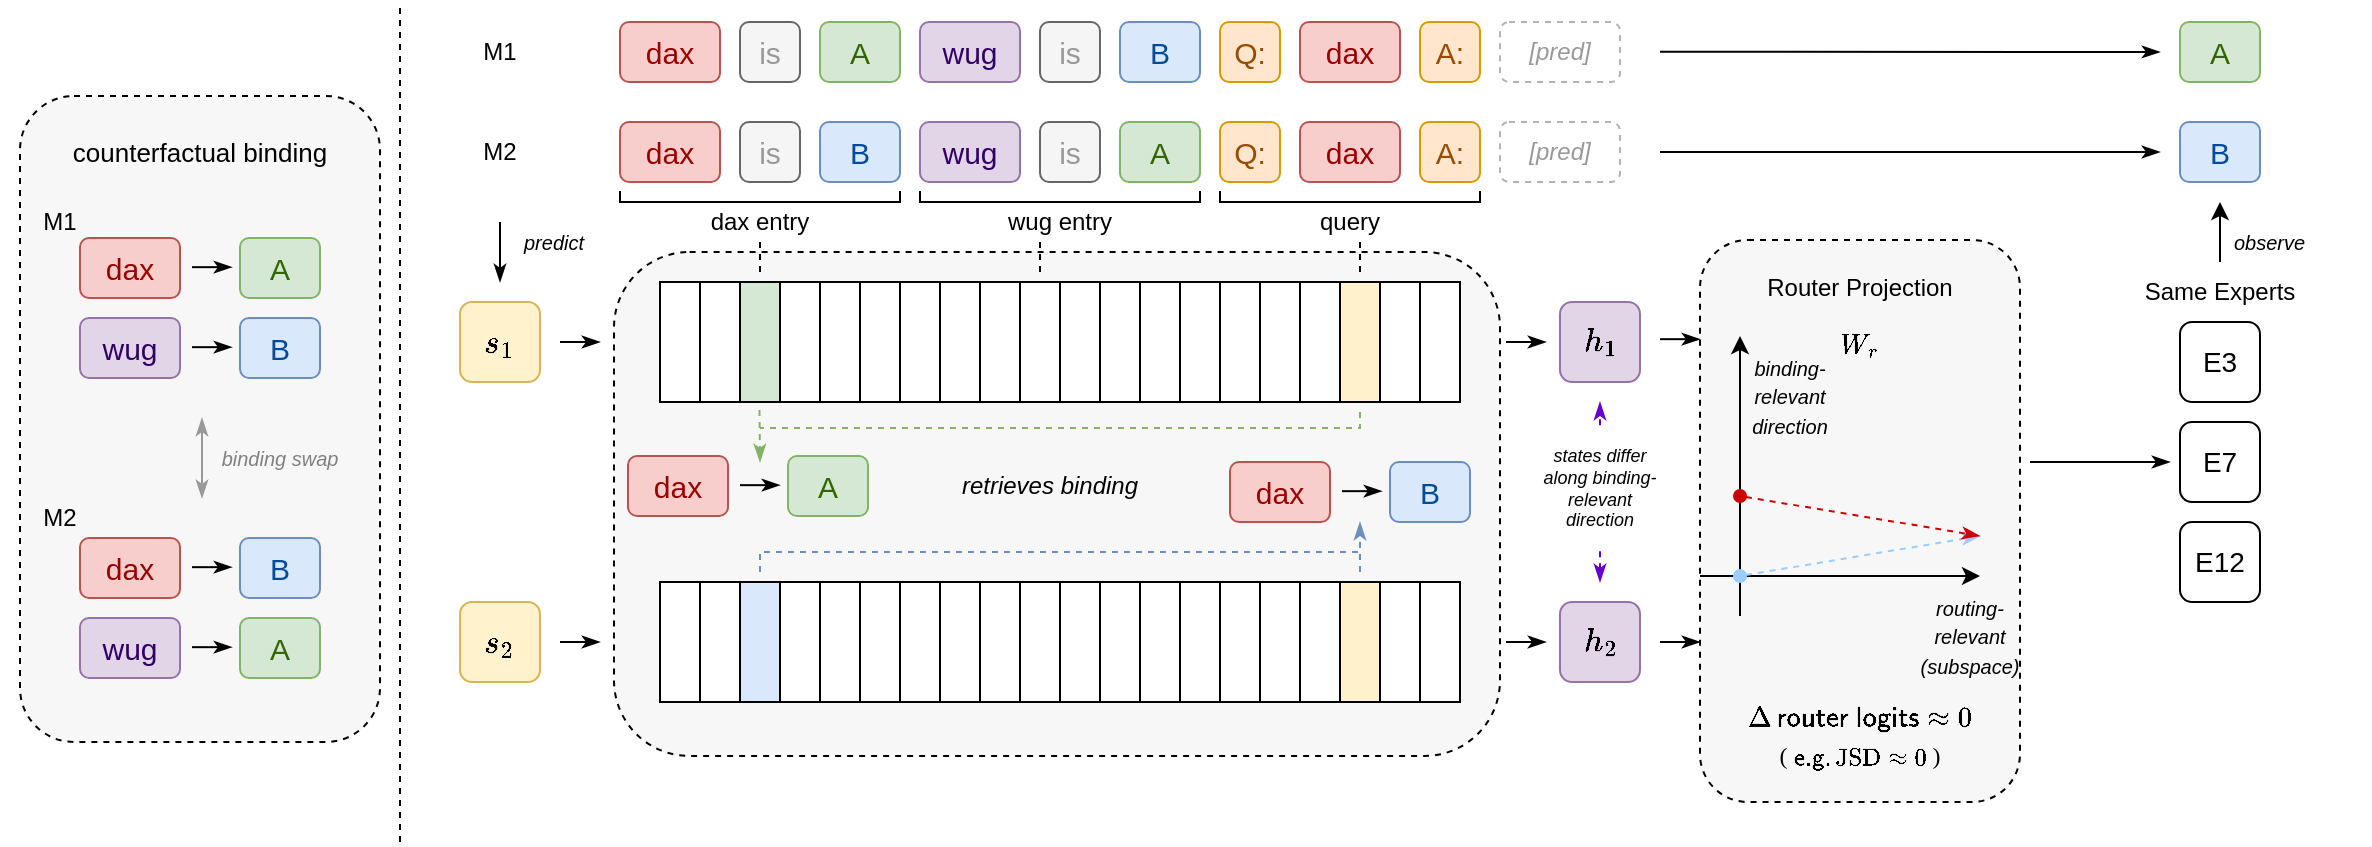
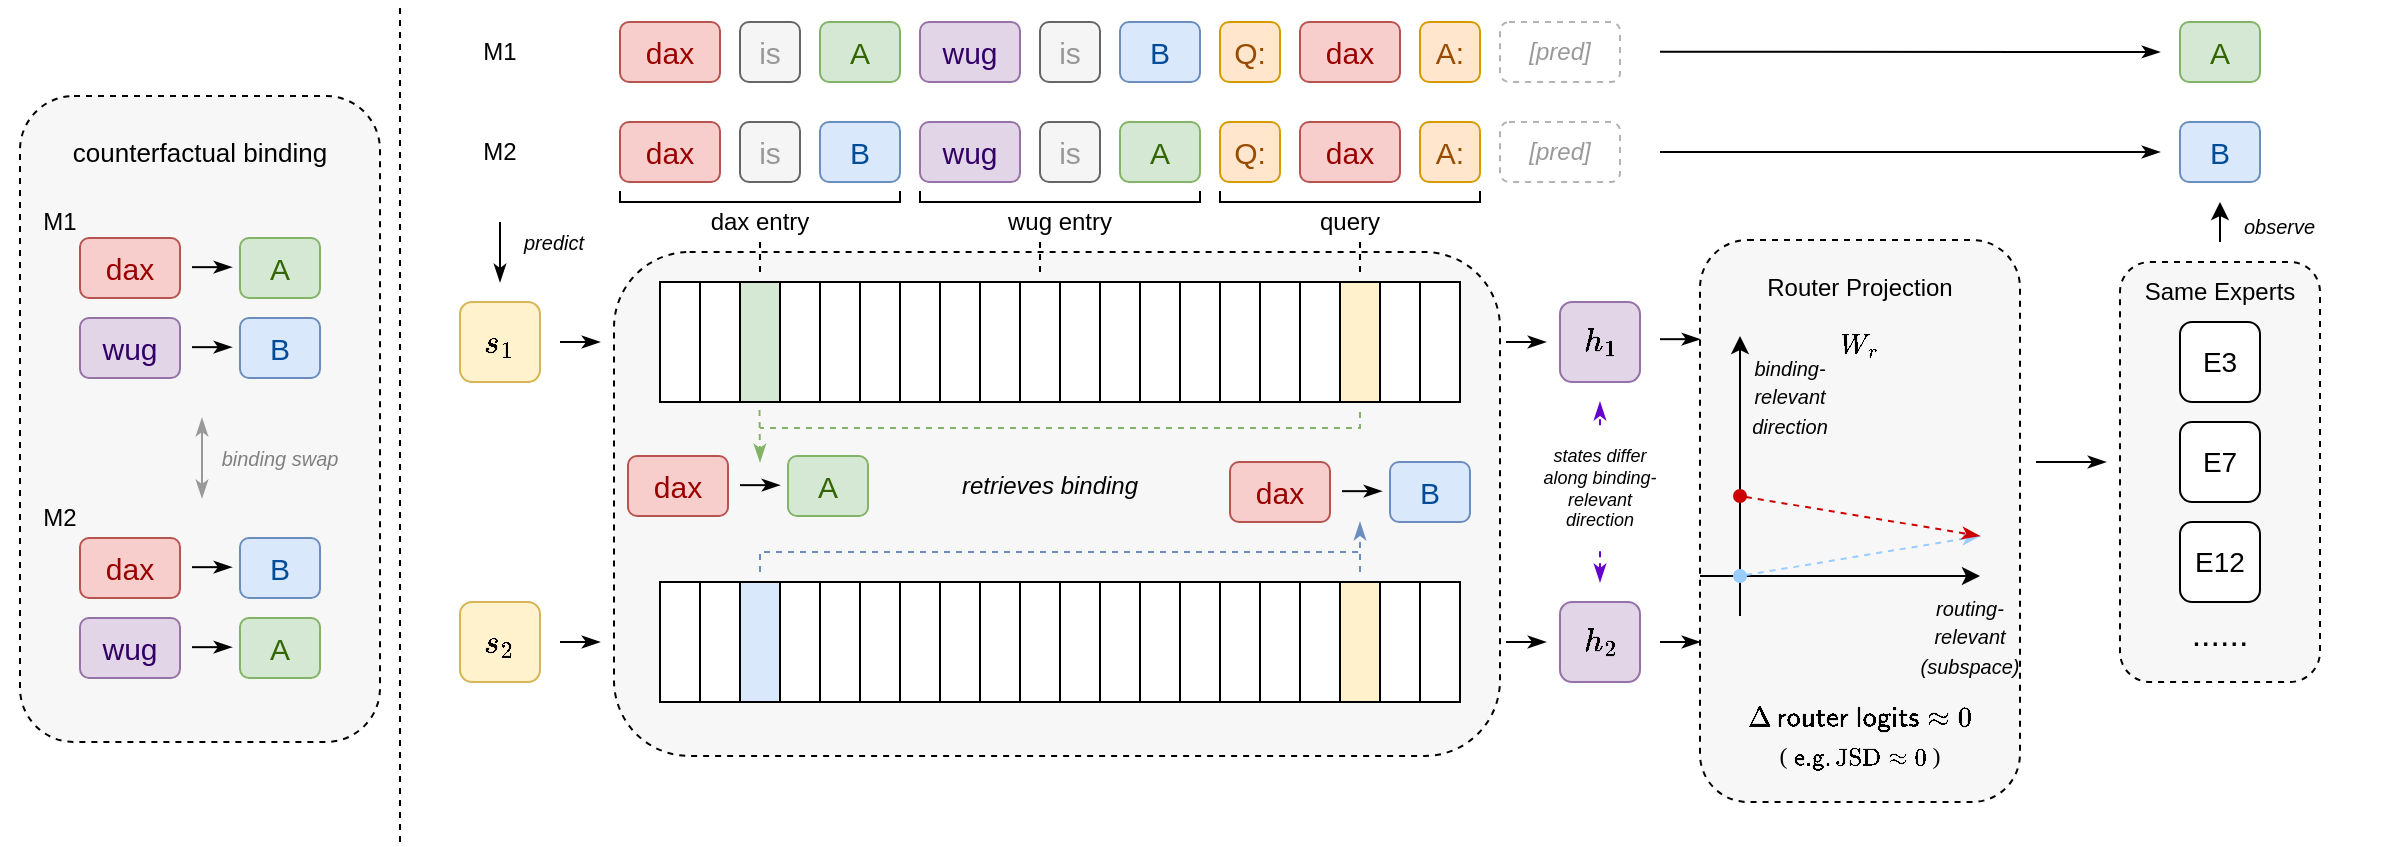
<mxfile host="app.diagrams.net">
  <diagram name="第 1 页" id="4Ug0lwwwQEshxcjSUFx0">
    <mxGraphModel dx="1542" dy="850" grid="1" gridSize="10" guides="1" tooltips="1" connect="1" arrows="1" fold="1" page="1" pageScale="2" pageWidth="827" pageHeight="1169" math="1" shadow="0">
      <root>
        <mxCell id="0" />
        <mxCell id="1" parent="0" />
+         <mxCell id="F8ejDBKgGVcBoZQyXkda-21" parent="1" style="rounded=1;whiteSpace=wrap;html=1;fillColor=#F7F7F7;dashed=1;" value="" vertex="1">
+           <mxGeometry height="210" width="100" x="1340" y="620" as="geometry" />
+         </mxCell>
        <mxCell id="F8ejDBKgGVcBoZQyXkda-20" parent="1" style="rounded=1;whiteSpace=wrap;html=1;fillColor=#F7F7F7;dashed=1;" value="" vertex="1">
          <mxGeometry height="323" width="180" x="290" y="537" as="geometry" />
        </mxCell>
        <mxCell id="F8ejDBKgGVcBoZQyXkda-19" parent="1" style="rounded=1;whiteSpace=wrap;html=1;fillColor=#F7F7F7;dashed=1;" value="" vertex="1">
          <mxGeometry height="281" width="160" x="1130" y="609" as="geometry" />
        </mxCell>
        <mxCell id="F8ejDBKgGVcBoZQyXkda-18" parent="1" style="rounded=1;whiteSpace=wrap;html=1;fillColor=#F7F7F7;dashed=1;" value="" vertex="1">
          <mxGeometry height="252" width="443" x="587" y="615" as="geometry" />
        </mxCell>
        <mxCell id="5S1dYHVjSQ42A9kBcj7A-1" parent="1" style="rounded=1;whiteSpace=wrap;html=1;fillColor=#f8cecc;strokeColor=#b85450;fontColor=#990000;" value="&lt;font style=&quot;font-size: 15px;&quot;&gt;dax&lt;/font&gt;" vertex="1">
          <mxGeometry height="30" width="50" x="320" y="608" as="geometry" />
        </mxCell>
        <mxCell id="5S1dYHVjSQ42A9kBcj7A-3" edge="1" parent="1" style="endArrow=classicThin;html=1;rounded=0;endFill=1;" value="">
          <mxGeometry height="50" relative="1" width="50" as="geometry">
            <mxPoint x="376" y="622.5799999999999" as="sourcePoint" />
            <mxPoint x="396" y="622.5799999999999" as="targetPoint" />
          </mxGeometry>
        </mxCell>
        <mxCell id="5S1dYHVjSQ42A9kBcj7A-4" parent="1" style="rounded=1;whiteSpace=wrap;html=1;fillColor=#d5e8d4;strokeColor=#82b366;" value="&lt;font style=&quot;font-size: 15px; color: rgb(51, 102, 0);&quot;&gt;A&lt;/font&gt;" vertex="1">
          <mxGeometry height="30" width="40" x="400" y="608" as="geometry" />
        </mxCell>
        <mxCell id="5S1dYHVjSQ42A9kBcj7A-5" parent="1" style="rounded=1;whiteSpace=wrap;html=1;fillColor=#e1d5e7;strokeColor=#9673a6;" value="&lt;span style=&quot;font-size: 15px;&quot;&gt;&lt;font style=&quot;color: rgb(51, 0, 102);&quot;&gt;wug&lt;/font&gt;&lt;/span&gt;" vertex="1">
          <mxGeometry height="30" width="50" x="320" y="648" as="geometry" />
        </mxCell>
        <mxCell id="5S1dYHVjSQ42A9kBcj7A-6" edge="1" parent="1" style="endArrow=classicThin;html=1;rounded=0;endFill=1;" value="">
          <mxGeometry height="50" relative="1" width="50" as="geometry">
            <mxPoint x="376" y="662.5799999999999" as="sourcePoint" />
            <mxPoint x="396" y="662.5799999999999" as="targetPoint" />
          </mxGeometry>
        </mxCell>
        <mxCell id="5S1dYHVjSQ42A9kBcj7A-7" parent="1" style="rounded=1;whiteSpace=wrap;html=1;fillColor=#dae8fc;strokeColor=#6c8ebf;fontColor=#004C99;" value="&lt;font style=&quot;font-size: 15px;&quot;&gt;B&lt;/font&gt;" vertex="1">
          <mxGeometry height="30" width="40" x="400" y="648" as="geometry" />
        </mxCell>
        <mxCell id="5S1dYHVjSQ42A9kBcj7A-8" edge="1" parent="1" style="endArrow=classicThin;startArrow=classicThin;html=1;rounded=0;startFill=1;endFill=1;strokeColor=#999999;" value="">
          <mxGeometry height="50" relative="1" width="50" as="geometry">
            <mxPoint x="381" y="738" as="sourcePoint" />
            <mxPoint x="381" y="698" as="targetPoint" />
          </mxGeometry>
        </mxCell>
        <mxCell id="5S1dYHVjSQ42A9kBcj7A-9" parent="1" style="text;html=1;whiteSpace=wrap;strokeColor=none;fillColor=none;align=center;verticalAlign=middle;rounded=0;fontStyle=2;fontSize=10;" value="&lt;font style=&quot;color: rgb(128, 128, 128);&quot;&gt;binding swap&lt;/font&gt;" vertex="1">
          <mxGeometry height="20" width="90" x="375" y="708" as="geometry" />
        </mxCell>
        <mxCell id="5S1dYHVjSQ42A9kBcj7A-16" parent="1" style="text;html=1;whiteSpace=wrap;strokeColor=none;fillColor=none;align=center;verticalAlign=middle;rounded=0;" value="M1" vertex="1">
          <mxGeometry height="30" width="60" x="280" y="585" as="geometry" />
        </mxCell>
        <mxCell id="5S1dYHVjSQ42A9kBcj7A-17" parent="1" style="text;html=1;whiteSpace=wrap;strokeColor=none;fillColor=none;align=center;verticalAlign=middle;rounded=0;" value="M2" vertex="1">
          <mxGeometry height="30" width="60" x="300" y="761" as="geometry" />
        </mxCell>
        <mxCell id="5S1dYHVjSQ42A9kBcj7A-20" parent="1" style="text;html=1;whiteSpace=wrap;strokeColor=none;fillColor=none;align=center;verticalAlign=middle;rounded=0;fontSize=11;" value="&lt;font style=&quot;font-size: 13px;&quot;&gt;counterfactual binding&lt;/font&gt;" vertex="1">
          <mxGeometry height="30" width="140" x="310" y="550" as="geometry" />
        </mxCell>
        <mxCell id="5S1dYHVjSQ42A9kBcj7A-23" parent="1" style="text;html=1;whiteSpace=wrap;strokeColor=none;fillColor=none;align=center;verticalAlign=middle;rounded=0;" value="M1" vertex="1">
          <mxGeometry height="30" width="60" x="500" y="500" as="geometry" />
        </mxCell>
        <mxCell id="5S1dYHVjSQ42A9kBcj7A-26" parent="1" style="rounded=1;whiteSpace=wrap;html=1;fillColor=#f5f5f5;fontColor=#333333;strokeColor=#666666;align=center;" value="&lt;font color=&quot;#999999&quot;&gt;&lt;span style=&quot;font-size: 15px;&quot;&gt;is&lt;/span&gt;&lt;/font&gt;" vertex="1">
          <mxGeometry height="30" width="30" x="650" y="500" as="geometry" />
        </mxCell>
        <mxCell id="5S1dYHVjSQ42A9kBcj7A-30" parent="1" style="rounded=1;whiteSpace=wrap;html=1;fillColor=#f5f5f5;fontColor=#333333;strokeColor=#666666;align=center;" value="&lt;font color=&quot;#999999&quot;&gt;&lt;span style=&quot;font-size: 15px;&quot;&gt;is&lt;/span&gt;&lt;/font&gt;" vertex="1">
          <mxGeometry height="30" width="30" x="800" y="500" as="geometry" />
        </mxCell>
        <mxCell id="5S1dYHVjSQ42A9kBcj7A-32" parent="1" style="rounded=1;whiteSpace=wrap;html=1;fillColor=#ffe6cc;strokeColor=#d79b00;fontColor=#994C00;" value="&lt;span style=&quot;font-size: 15px;&quot;&gt;Q:&lt;/span&gt;" vertex="1">
          <mxGeometry height="30" width="30" x="890" y="500" as="geometry" />
        </mxCell>
        <mxCell id="5S1dYHVjSQ42A9kBcj7A-34" parent="1" style="rounded=1;whiteSpace=wrap;html=1;fillColor=#ffe6cc;strokeColor=#d79b00;fontColor=#994C00;" value="&lt;span style=&quot;font-size: 15px;&quot;&gt;A:&lt;/span&gt;" vertex="1">
          <mxGeometry height="30" width="30" x="990" y="500" as="geometry" />
        </mxCell>
        <mxCell id="5S1dYHVjSQ42A9kBcj7A-37" parent="1" style="rounded=1;whiteSpace=wrap;html=1;dashed=1;strokeColor=#B3B3B3;" value="&lt;i&gt;&lt;font style=&quot;color: rgb(153, 153, 153);&quot;&gt;[pred]&lt;/font&gt;&lt;/i&gt;" vertex="1">
          <mxGeometry height="30" width="60" x="1030" y="500" as="geometry" />
        </mxCell>
        <mxCell id="5S1dYHVjSQ42A9kBcj7A-41" parent="1" style="rounded=1;whiteSpace=wrap;html=1;fillColor=#f8cecc;strokeColor=#b85450;fontColor=#990000;" value="&lt;font style=&quot;font-size: 15px;&quot;&gt;dax&lt;/font&gt;" vertex="1">
          <mxGeometry height="30" width="50" x="320" y="758" as="geometry" />
        </mxCell>
        <mxCell id="5S1dYHVjSQ42A9kBcj7A-42" edge="1" parent="1" style="endArrow=classicThin;html=1;rounded=0;endFill=1;" value="">
          <mxGeometry height="50" relative="1" width="50" as="geometry">
            <mxPoint x="376" y="772.5799999999999" as="sourcePoint" />
            <mxPoint x="396" y="772.5799999999999" as="targetPoint" />
          </mxGeometry>
        </mxCell>
        <mxCell id="5S1dYHVjSQ42A9kBcj7A-44" parent="1" style="rounded=1;whiteSpace=wrap;html=1;fillColor=#e1d5e7;strokeColor=#9673a6;" value="&lt;span style=&quot;font-size: 15px;&quot;&gt;&lt;font style=&quot;color: rgb(51, 0, 102);&quot;&gt;wug&lt;/font&gt;&lt;/span&gt;" vertex="1">
          <mxGeometry height="30" width="50" x="320" y="798" as="geometry" />
        </mxCell>
        <mxCell id="5S1dYHVjSQ42A9kBcj7A-45" edge="1" parent="1" style="endArrow=classicThin;html=1;rounded=0;endFill=1;" value="">
          <mxGeometry height="50" relative="1" width="50" as="geometry">
            <mxPoint x="376" y="812.5799999999999" as="sourcePoint" />
            <mxPoint x="396" y="812.5799999999999" as="targetPoint" />
          </mxGeometry>
        </mxCell>
        <mxCell id="5S1dYHVjSQ42A9kBcj7A-48" parent="1" style="rounded=1;whiteSpace=wrap;html=1;fillColor=#f8cecc;strokeColor=#b85450;fontColor=#990000;" value="&lt;font style=&quot;font-size: 15px;&quot;&gt;dax&lt;/font&gt;" vertex="1">
          <mxGeometry height="30" width="50" x="590" y="500" as="geometry" />
        </mxCell>
        <mxCell id="5S1dYHVjSQ42A9kBcj7A-49" parent="1" style="rounded=1;whiteSpace=wrap;html=1;fillColor=#d5e8d4;strokeColor=#82b366;" value="&lt;font style=&quot;font-size: 15px; color: rgb(51, 102, 0);&quot;&gt;A&lt;/font&gt;" vertex="1">
          <mxGeometry height="30" width="40" x="690" y="500" as="geometry" />
        </mxCell>
        <mxCell id="5S1dYHVjSQ42A9kBcj7A-51" parent="1" style="rounded=1;whiteSpace=wrap;html=1;fillColor=#dae8fc;strokeColor=#6c8ebf;fontColor=#004C99;" value="&lt;font style=&quot;font-size: 15px;&quot;&gt;B&lt;/font&gt;" vertex="1">
          <mxGeometry height="30" width="40" x="400" y="758" as="geometry" />
        </mxCell>
        <mxCell id="5S1dYHVjSQ42A9kBcj7A-52" parent="1" style="rounded=1;whiteSpace=wrap;html=1;fillColor=#d5e8d4;strokeColor=#82b366;" value="&lt;font style=&quot;font-size: 15px; color: rgb(51, 102, 0);&quot;&gt;A&lt;/font&gt;" vertex="1">
          <mxGeometry height="30" width="40" x="400" y="798" as="geometry" />
        </mxCell>
        <mxCell id="5S1dYHVjSQ42A9kBcj7A-53" parent="1" style="rounded=1;whiteSpace=wrap;html=1;fillColor=#e1d5e7;strokeColor=#9673a6;" value="&lt;span style=&quot;font-size: 15px;&quot;&gt;&lt;font style=&quot;color: rgb(51, 0, 102);&quot;&gt;wug&lt;/font&gt;&lt;/span&gt;" vertex="1">
          <mxGeometry height="30" width="50" x="740" y="500" as="geometry" />
        </mxCell>
        <mxCell id="5S1dYHVjSQ42A9kBcj7A-54" parent="1" style="rounded=1;whiteSpace=wrap;html=1;fillColor=#dae8fc;strokeColor=#6c8ebf;fontColor=#004C99;" value="&lt;font style=&quot;font-size: 15px;&quot;&gt;B&lt;/font&gt;" vertex="1">
          <mxGeometry height="30" width="40" x="840" y="500" as="geometry" />
        </mxCell>
        <mxCell id="5S1dYHVjSQ42A9kBcj7A-55" parent="1" style="rounded=1;whiteSpace=wrap;html=1;fillColor=#f8cecc;strokeColor=#b85450;fontColor=#990000;" value="&lt;font style=&quot;font-size: 15px;&quot;&gt;dax&lt;/font&gt;" vertex="1">
          <mxGeometry height="30" width="50" x="930" y="500" as="geometry" />
        </mxCell>
        <mxCell id="5S1dYHVjSQ42A9kBcj7A-60" edge="1" parent="1" style="endArrow=classicThin;html=1;rounded=0;endFill=1;" value="">
          <mxGeometry height="50" relative="1" width="50" as="geometry">
            <mxPoint x="1110" y="514.8199999999999" as="sourcePoint" />
            <mxPoint x="1360" y="515" as="targetPoint" />
          </mxGeometry>
        </mxCell>
        <mxCell id="5S1dYHVjSQ42A9kBcj7A-62" parent="1" style="rounded=1;whiteSpace=wrap;html=1;fillColor=#d5e8d4;strokeColor=#82b366;" value="&lt;font style=&quot;font-size: 15px; color: rgb(51, 102, 0);&quot;&gt;A&lt;/font&gt;" vertex="1">
          <mxGeometry height="30" width="40" x="1370" y="500" as="geometry" />
        </mxCell>
        <mxCell id="5S1dYHVjSQ42A9kBcj7A-63" parent="1" style="rounded=1;whiteSpace=wrap;html=1;fillColor=#f5f5f5;fontColor=#333333;strokeColor=#666666;align=center;" value="&lt;font color=&quot;#999999&quot;&gt;&lt;span style=&quot;font-size: 15px;&quot;&gt;is&lt;/span&gt;&lt;/font&gt;" vertex="1">
          <mxGeometry height="30" width="30" x="650" y="550" as="geometry" />
        </mxCell>
        <mxCell id="5S1dYHVjSQ42A9kBcj7A-64" parent="1" style="rounded=1;whiteSpace=wrap;html=1;fillColor=#f5f5f5;fontColor=#333333;strokeColor=#666666;align=center;" value="&lt;font color=&quot;#999999&quot;&gt;&lt;span style=&quot;font-size: 15px;&quot;&gt;is&lt;/span&gt;&lt;/font&gt;" vertex="1">
          <mxGeometry height="30" width="30" x="800" y="550" as="geometry" />
        </mxCell>
        <mxCell id="5S1dYHVjSQ42A9kBcj7A-65" parent="1" style="rounded=1;whiteSpace=wrap;html=1;fillColor=#ffe6cc;strokeColor=#d79b00;fontColor=#994C00;" value="&lt;span style=&quot;font-size: 15px;&quot;&gt;Q:&lt;/span&gt;" vertex="1">
          <mxGeometry height="30" width="30" x="890" y="550" as="geometry" />
        </mxCell>
        <mxCell id="5S1dYHVjSQ42A9kBcj7A-66" parent="1" style="rounded=1;whiteSpace=wrap;html=1;fillColor=#ffe6cc;strokeColor=#d79b00;fontColor=#994C00;" value="&lt;span style=&quot;font-size: 15px;&quot;&gt;A:&lt;/span&gt;" vertex="1">
          <mxGeometry height="30" width="30" x="990" y="550" as="geometry" />
        </mxCell>
        <mxCell id="5S1dYHVjSQ42A9kBcj7A-67" parent="1" style="rounded=1;whiteSpace=wrap;html=1;dashed=1;strokeColor=#B3B3B3;" value="&lt;i&gt;&lt;font style=&quot;color: rgb(153, 153, 153);&quot;&gt;[pred]&lt;/font&gt;&lt;/i&gt;" vertex="1">
          <mxGeometry height="30" width="60" x="1030" y="550" as="geometry" />
        </mxCell>
        <mxCell id="5S1dYHVjSQ42A9kBcj7A-68" parent="1" style="rounded=1;whiteSpace=wrap;html=1;fillColor=#f8cecc;strokeColor=#b85450;fontColor=#990000;" value="&lt;font style=&quot;font-size: 15px;&quot;&gt;dax&lt;/font&gt;" vertex="1">
          <mxGeometry height="30" width="50" x="590" y="550" as="geometry" />
        </mxCell>
        <mxCell id="5S1dYHVjSQ42A9kBcj7A-69" parent="1" style="rounded=1;whiteSpace=wrap;html=1;fillColor=#d5e8d4;strokeColor=#82b366;" value="&lt;font style=&quot;font-size: 15px; color: rgb(51, 102, 0);&quot;&gt;A&lt;/font&gt;" vertex="1">
          <mxGeometry height="30" width="40" x="840" y="550" as="geometry" />
        </mxCell>
        <mxCell id="5S1dYHVjSQ42A9kBcj7A-70" parent="1" style="rounded=1;whiteSpace=wrap;html=1;fillColor=#e1d5e7;strokeColor=#9673a6;" value="&lt;span style=&quot;font-size: 15px;&quot;&gt;&lt;font style=&quot;color: rgb(51, 0, 102);&quot;&gt;wug&lt;/font&gt;&lt;/span&gt;" vertex="1">
          <mxGeometry height="30" width="50" x="740" y="550" as="geometry" />
        </mxCell>
        <mxCell id="5S1dYHVjSQ42A9kBcj7A-71" parent="1" style="rounded=1;whiteSpace=wrap;html=1;fillColor=#dae8fc;strokeColor=#6c8ebf;fontColor=#004C99;" value="&lt;font style=&quot;font-size: 15px;&quot;&gt;B&lt;/font&gt;" vertex="1">
          <mxGeometry height="30" width="40" x="1370" y="550" as="geometry" />
        </mxCell>
        <mxCell id="5S1dYHVjSQ42A9kBcj7A-72" parent="1" style="rounded=1;whiteSpace=wrap;html=1;fillColor=#f8cecc;strokeColor=#b85450;fontColor=#990000;" value="&lt;font style=&quot;font-size: 15px;&quot;&gt;dax&lt;/font&gt;" vertex="1">
          <mxGeometry height="30" width="50" x="930" y="550" as="geometry" />
        </mxCell>
        <mxCell id="5S1dYHVjSQ42A9kBcj7A-73" edge="1" parent="1" style="endArrow=classicThin;html=1;rounded=0;endFill=1;" value="">
          <mxGeometry height="50" relative="1" width="50" as="geometry">
            <mxPoint x="1110" y="565" as="sourcePoint" />
            <mxPoint x="1360" y="565" as="targetPoint" />
          </mxGeometry>
        </mxCell>
        <mxCell id="5S1dYHVjSQ42A9kBcj7A-76" parent="1" style="text;html=1;whiteSpace=wrap;strokeColor=none;fillColor=none;align=center;verticalAlign=middle;rounded=0;" value="M2" vertex="1">
          <mxGeometry height="30" width="60" x="500" y="550" as="geometry" />
        </mxCell>
        <mxCell id="5S1dYHVjSQ42A9kBcj7A-82" parent="1" style="rounded=1;whiteSpace=wrap;html=1;fillColor=#dae8fc;strokeColor=#6c8ebf;fontColor=#004C99;" value="&lt;font style=&quot;font-size: 15px;&quot;&gt;B&lt;/font&gt;" vertex="1">
          <mxGeometry height="30" width="40" x="690" y="550" as="geometry" />
        </mxCell>
        <mxCell id="5S1dYHVjSQ42A9kBcj7A-86" parent="1" style="rounded=1;whiteSpace=wrap;html=1;fillColor=#fff2cc;strokeColor=#d6b656;" value="&lt;font style=&quot;font-size: 14px;&quot;&gt;\(s_1\)&lt;/font&gt;" vertex="1">
          <mxGeometry height="40" width="40" x="510" y="640" as="geometry" />
        </mxCell>
        <mxCell id="5S1dYHVjSQ42A9kBcj7A-87" parent="1" style="rounded=1;whiteSpace=wrap;html=1;fillColor=#fff2cc;strokeColor=#d6b656;" value="&lt;font style=&quot;font-size: 14px;&quot;&gt;\(s_2\)&lt;/font&gt;" vertex="1">
          <mxGeometry height="40" width="40" x="510" y="790" as="geometry" />
        </mxCell>
        <mxCell id="5S1dYHVjSQ42A9kBcj7A-90" edge="1" parent="1" style="endArrow=classicThin;html=1;rounded=0;endFill=1;" value="">
          <mxGeometry height="50" relative="1" width="50" as="geometry">
            <mxPoint x="530" y="600" as="sourcePoint" />
            <mxPoint x="530" y="630" as="targetPoint" />
          </mxGeometry>
        </mxCell>
        <mxCell id="5S1dYHVjSQ42A9kBcj7A-96" parent="1" style="text;html=1;whiteSpace=wrap;strokeColor=none;fillColor=none;align=left;verticalAlign=middle;rounded=0;autosize=1;resizable=0;" value="&lt;font size=&quot;1&quot;&gt;&lt;i&gt;predict&lt;/i&gt;&lt;/font&gt;" vertex="1">
          <mxGeometry height="30" width="60" x="540" y="595" as="geometry" />
        </mxCell>
        <mxCell id="5S1dYHVjSQ42A9kBcj7A-98" edge="1" parent="1" style="endArrow=classicThin;html=1;rounded=0;endFill=1;" value="">
          <mxGeometry height="50" relative="1" width="50" as="geometry">
            <mxPoint x="560" y="660" as="sourcePoint" />
            <mxPoint x="580" y="660" as="targetPoint" />
          </mxGeometry>
        </mxCell>
        <mxCell id="5S1dYHVjSQ42A9kBcj7A-99" edge="1" parent="1" style="endArrow=classicThin;html=1;rounded=0;endFill=1;" value="">
          <mxGeometry height="50" relative="1" width="50" as="geometry">
            <mxPoint x="560" y="810" as="sourcePoint" />
            <mxPoint x="580" y="810" as="targetPoint" />
          </mxGeometry>
        </mxCell>
        <mxCell id="5S1dYHVjSQ42A9kBcj7A-159" parent="1" style="text;html=1;whiteSpace=wrap;strokeColor=none;fillColor=none;align=center;verticalAlign=middle;rounded=0;fontColor=#000000;" value="&lt;i&gt;retrieves binding&lt;/i&gt;" vertex="1">
          <mxGeometry height="30" width="110" x="750" y="717" as="geometry" />
        </mxCell>
        <mxCell id="5S1dYHVjSQ42A9kBcj7A-161" parent="1" style="rounded=1;whiteSpace=wrap;html=1;fillColor=#f8cecc;strokeColor=#b85450;fontColor=#990000;" value="&lt;font style=&quot;font-size: 15px;&quot;&gt;dax&lt;/font&gt;" vertex="1">
          <mxGeometry height="30" width="50" x="594" y="717" as="geometry" />
        </mxCell>
        <mxCell id="5S1dYHVjSQ42A9kBcj7A-162" edge="1" parent="1" style="endArrow=classicThin;html=1;rounded=0;endFill=1;" value="">
          <mxGeometry height="50" relative="1" width="50" as="geometry">
            <mxPoint x="650" y="731.5799999999999" as="sourcePoint" />
            <mxPoint x="670" y="731.5799999999999" as="targetPoint" />
          </mxGeometry>
        </mxCell>
        <mxCell id="5S1dYHVjSQ42A9kBcj7A-163" parent="1" style="rounded=1;whiteSpace=wrap;html=1;fillColor=#d5e8d4;strokeColor=#82b366;" value="&lt;font style=&quot;font-size: 15px; color: rgb(51, 102, 0);&quot;&gt;A&lt;/font&gt;" vertex="1">
          <mxGeometry height="30" width="40" x="674" y="717" as="geometry" />
        </mxCell>
        <mxCell id="5S1dYHVjSQ42A9kBcj7A-164" parent="1" style="rounded=1;whiteSpace=wrap;html=1;fillColor=#f8cecc;strokeColor=#b85450;fontColor=#990000;" value="&lt;font style=&quot;font-size: 15px;&quot;&gt;dax&lt;/font&gt;" vertex="1">
          <mxGeometry height="30" width="50" x="895" y="720" as="geometry" />
        </mxCell>
        <mxCell id="5S1dYHVjSQ42A9kBcj7A-165" edge="1" parent="1" style="endArrow=classicThin;html=1;rounded=0;endFill=1;" value="">
          <mxGeometry height="50" relative="1" width="50" as="geometry">
            <mxPoint x="951" y="734.5799999999999" as="sourcePoint" />
            <mxPoint x="971" y="734.5799999999999" as="targetPoint" />
          </mxGeometry>
        </mxCell>
        <mxCell id="5S1dYHVjSQ42A9kBcj7A-166" parent="1" style="rounded=1;whiteSpace=wrap;html=1;fillColor=#dae8fc;strokeColor=#6c8ebf;fontColor=#004C99;" value="&lt;font style=&quot;font-size: 15px;&quot;&gt;B&lt;/font&gt;" vertex="1">
          <mxGeometry height="30" width="40" x="975" y="720" as="geometry" />
        </mxCell>
        <mxCell id="5S1dYHVjSQ42A9kBcj7A-169" edge="1" parent="1" style="endArrow=classicThin;html=1;rounded=0;endFill=1;" value="">
          <mxGeometry height="50" relative="1" width="50" as="geometry">
            <mxPoint x="1033" y="660" as="sourcePoint" />
            <mxPoint x="1053" y="660" as="targetPoint" />
          </mxGeometry>
        </mxCell>
        <mxCell id="5S1dYHVjSQ42A9kBcj7A-170" edge="1" parent="1" style="endArrow=classicThin;html=1;rounded=0;endFill=1;" value="">
          <mxGeometry height="50" relative="1" width="50" as="geometry">
            <mxPoint x="1033" y="810" as="sourcePoint" />
            <mxPoint x="1053" y="810" as="targetPoint" />
          </mxGeometry>
        </mxCell>
        <mxCell id="5S1dYHVjSQ42A9kBcj7A-172" parent="1" style="rounded=1;whiteSpace=wrap;html=1;fillColor=#e1d5e7;strokeColor=#9673a6;" value="&lt;font style=&quot;font-size: 14px;&quot;&gt;\(h_1\)&lt;/font&gt;" vertex="1">
          <mxGeometry height="40" width="40" x="1060" y="640" as="geometry" />
        </mxCell>
        <mxCell id="5S1dYHVjSQ42A9kBcj7A-173" parent="1" style="rounded=1;whiteSpace=wrap;html=1;fillColor=#e1d5e7;strokeColor=#9673a6;" value="&lt;font style=&quot;font-size: 14px;&quot;&gt;\(h_2\)&lt;/font&gt;" vertex="1">
          <mxGeometry height="40" width="40" x="1060" y="790" as="geometry" />
        </mxCell>
        <mxCell id="5S1dYHVjSQ42A9kBcj7A-174" edge="1" parent="1" style="endArrow=classicThin;startArrow=classicThin;html=1;rounded=0;startFill=1;endFill=1;dashed=1;fillColor=#e1d5e7;strokeColor=#6600CC;" value="">
          <mxGeometry height="50" relative="1" width="50" as="geometry">
            <mxPoint x="1080" y="780" as="sourcePoint" />
            <mxPoint x="1080" y="690" as="targetPoint" />
          </mxGeometry>
        </mxCell>
        <mxCell id="5S1dYHVjSQ42A9kBcj7A-177" parent="1" style="rounded=0;whiteSpace=wrap;html=1;strokeColor=none;fontStyle=2;fontSize=9;" value="states differ along binding-relevant direction" vertex="1">
          <mxGeometry height="60" width="70" x="1045" y="703" as="geometry" />
        </mxCell>
        <mxCell id="5S1dYHVjSQ42A9kBcj7A-180" edge="1" parent="1" style="endArrow=classic;html=1;rounded=0;" value="">
          <mxGeometry height="50" relative="1" width="50" as="geometry">
            <mxPoint x="1130" y="777" as="sourcePoint" />
            <mxPoint x="1270" y="777" as="targetPoint" />
          </mxGeometry>
        </mxCell>
        <mxCell id="5S1dYHVjSQ42A9kBcj7A-181" edge="1" parent="1" style="endArrow=classic;html=1;rounded=0;" value="">
          <mxGeometry height="50" relative="1" width="50" as="geometry">
            <mxPoint x="1150" y="797" as="sourcePoint" />
            <mxPoint x="1150" y="657" as="targetPoint" />
          </mxGeometry>
        </mxCell>
        <mxCell id="5S1dYHVjSQ42A9kBcj7A-182" edge="1" parent="1" style="endArrow=classicThin;html=1;rounded=0;startArrow=oval;startFill=1;endFill=1;strokeColor=#99CCFF;dashed=1;" value="">
          <mxGeometry height="50" relative="1" width="50" as="geometry">
            <mxPoint x="1150" y="777" as="sourcePoint" />
            <mxPoint x="1270" y="757" as="targetPoint" />
          </mxGeometry>
        </mxCell>
        <mxCell id="5S1dYHVjSQ42A9kBcj7A-183" edge="1" parent="1" style="endArrow=classicThin;html=1;rounded=0;endFill=1;startArrow=oval;startFill=1;fillColor=#f8cecc;strokeColor=#CC0000;dashed=1;" value="">
          <mxGeometry height="50" relative="1" width="50" as="geometry">
            <mxPoint x="1150" y="737" as="sourcePoint" />
            <mxPoint x="1270" y="757" as="targetPoint" />
          </mxGeometry>
        </mxCell>
        <mxCell id="5S1dYHVjSQ42A9kBcj7A-184" parent="1" style="rounded=0;whiteSpace=wrap;html=1;strokeColor=none;fillColor=none;" value="Router Projection&lt;div&gt;&lt;br&gt;&lt;div&gt;\(W_r\)&lt;/div&gt;&lt;/div&gt;" vertex="1">
          <mxGeometry height="60" width="120" x="1150" y="617" as="geometry" />
        </mxCell>
        <mxCell id="5S1dYHVjSQ42A9kBcj7A-185" parent="1" style="rounded=0;whiteSpace=wrap;html=1;fillColor=none;strokeColor=none;" value="&lt;font style=&quot;font-size: 10px;&quot;&gt;&lt;i&gt;binding-relevant direction&lt;/i&gt;&lt;/font&gt;" vertex="1">
          <mxGeometry height="60" width="70" x="1140" y="657" as="geometry" />
        </mxCell>
        <mxCell id="5S1dYHVjSQ42A9kBcj7A-186" parent="1" style="rounded=0;whiteSpace=wrap;html=1;fillColor=none;strokeColor=none;" value="&lt;span style=&quot;font-size: 10px;&quot;&gt;&lt;i&gt;routing-relevant (subspace)&lt;/i&gt;&lt;/span&gt;" vertex="1">
          <mxGeometry height="60" width="70" x="1230" y="777" as="geometry" />
        </mxCell>
        <mxCell id="5S1dYHVjSQ42A9kBcj7A-188" parent="1" style="rounded=0;whiteSpace=wrap;html=1;fontFamily=Lucida Console;fillColor=none;strokeColor=none;" value="&lt;div&gt;&lt;font face=&quot;Helvetica&quot;&gt;&lt;br&gt;&lt;/font&gt;&lt;/div&gt;&lt;font face=&quot;Helvetica&quot;&gt;\(\Delta \, \textsf{router logits} \approx 0\)&lt;/font&gt;&lt;div&gt;&lt;br&gt;&lt;/div&gt;" vertex="1">
          <mxGeometry height="60" width="120" x="1150" y="818" as="geometry" />
        </mxCell>
        <mxCell id="5S1dYHVjSQ42A9kBcj7A-189" parent="1" style="rounded=0;whiteSpace=wrap;html=1;fillColor=none;strokeColor=none;" value="&lt;font face=&quot;Lucida Console&quot;&gt;( \( \textsf{e.g.} \, \mathrm{JSD} \approx 0 \) )&lt;/font&gt;" vertex="1">
          <mxGeometry height="60" width="120" x="1150" y="837" as="geometry" />
        </mxCell>
        <mxCell id="dvhH1_-JiGdjPHuFsgOo-1" edge="1" parent="1" style="endArrow=classicThin;html=1;rounded=0;endFill=1;" value="">
          <mxGeometry height="50" relative="1" width="50" as="geometry">
            <mxPoint x="1110" y="658.59" as="sourcePoint" />
            <mxPoint x="1130" y="658.59" as="targetPoint" />
          </mxGeometry>
        </mxCell>
        <mxCell id="dvhH1_-JiGdjPHuFsgOo-2" edge="1" parent="1" style="endArrow=classicThin;html=1;rounded=0;endFill=1;" value="">
          <mxGeometry height="50" relative="1" width="50" as="geometry">
            <mxPoint x="1110" y="810" as="sourcePoint" />
            <mxPoint x="1130" y="810" as="targetPoint" />
          </mxGeometry>
        </mxCell>
        <mxCell id="dvhH1_-JiGdjPHuFsgOo-3" edge="1" parent="1" style="endArrow=classicThin;html=1;endFill=1;" value="">
          <mxGeometry height="50" relative="1" width="50" as="geometry">
-             <mxPoint x="1295" y="720" as="sourcePoint" />
-             <mxPoint x="1365" y="720" as="targetPoint" />
+             <mxPoint x="1298" y="720" as="sourcePoint" />
+             <mxPoint x="1333" y="720" as="targetPoint" />
          </mxGeometry>
        </mxCell>
        <mxCell id="dvhH1_-JiGdjPHuFsgOo-5" parent="1" style="rounded=1;whiteSpace=wrap;html=1;" value="&lt;font style=&quot;font-size: 14px;&quot;&gt;E3&lt;/font&gt;" vertex="1">
          <mxGeometry height="40" width="40" x="1370" y="650" as="geometry" />
        </mxCell>
        <mxCell id="dvhH1_-JiGdjPHuFsgOo-6" parent="1" style="rounded=1;whiteSpace=wrap;html=1;" value="&lt;font style=&quot;font-size: 14px;&quot;&gt;E7&lt;/font&gt;" vertex="1">
          <mxGeometry height="40" width="40" x="1370" y="700" as="geometry" />
        </mxCell>
        <mxCell id="dvhH1_-JiGdjPHuFsgOo-7" parent="1" style="rounded=1;whiteSpace=wrap;html=1;" value="&lt;font style=&quot;font-size: 14px;&quot;&gt;E12&lt;/font&gt;" vertex="1">
          <mxGeometry height="40" width="40" x="1370" y="750" as="geometry" />
        </mxCell>
        <mxCell id="dvhH1_-JiGdjPHuFsgOo-8" parent="1" style="rounded=0;whiteSpace=wrap;html=1;strokeColor=none;fillColor=none;" value="Same Experts" vertex="1">
          <mxGeometry height="30" width="120" x="1330" y="620" as="geometry" />
        </mxCell>
-         <mxCell id="dvhH1_-JiGdjPHuFsgOo-12" edge="1" parent="1" source="dvhH1_-JiGdjPHuFsgOo-8" style="endArrow=classic;html=1;exitX=0.5;exitY=0;exitDx=0;exitDy=0;" value="">
-           <mxGeometry height="50" relative="1" width="50" as="geometry">
-             <mxPoint x="1365" y="640" as="sourcePoint" />
+         <mxCell id="dvhH1_-JiGdjPHuFsgOo-12" edge="1" parent="1" style="endArrow=classic;html=1;" value="">
+           <mxGeometry height="50" relative="1" width="50" as="geometry">
+             <mxPoint x="1390" y="610" as="sourcePoint" />
            <mxPoint x="1390" y="590" as="targetPoint" />
          </mxGeometry>
        </mxCell>
        <mxCell id="dvhH1_-JiGdjPHuFsgOo-17" parent="1" style="text;html=1;whiteSpace=wrap;strokeColor=none;fillColor=none;align=left;verticalAlign=middle;rounded=0;autosize=1;resizable=0;" value="&lt;font size=&quot;1&quot;&gt;&lt;i&gt;observe&lt;/i&gt;&lt;/font&gt;" vertex="1">
-           <mxGeometry height="30" width="70" x="1395" y="595" as="geometry" />
+           <mxGeometry height="30" width="70" x="1400" y="587" as="geometry" />
        </mxCell>
        <mxCell id="dvhH1_-JiGdjPHuFsgOo-19" edge="1" parent="1" style="endArrow=none;html=1;dashed=1;" value="">
          <mxGeometry height="50" relative="1" width="50" as="geometry">
            <mxPoint x="480" y="910" as="sourcePoint" />
            <mxPoint x="480" y="490" as="targetPoint" />
          </mxGeometry>
        </mxCell>
        <mxCell id="OnwDAXKeYngaaWf6OacF-2" parent="1" style="shape=partialRectangle;whiteSpace=wrap;html=1;bottom=1;right=1;left=1;top=0;fillColor=none;routingCenterX=-0.5;" value="" vertex="1">
          <mxGeometry height="5" width="140" x="590" y="585" as="geometry" />
        </mxCell>
        <mxCell id="OnwDAXKeYngaaWf6OacF-3" parent="1" style="shape=partialRectangle;whiteSpace=wrap;html=1;bottom=1;right=1;left=1;top=0;fillColor=none;routingCenterX=-0.5;" value="" vertex="1">
          <mxGeometry height="5" width="140" x="740" y="585" as="geometry" />
        </mxCell>
        <mxCell id="OnwDAXKeYngaaWf6OacF-4" parent="1" style="shape=partialRectangle;whiteSpace=wrap;html=1;bottom=1;right=1;left=1;top=0;fillColor=none;routingCenterX=-0.5;" value="" vertex="1">
          <mxGeometry height="5" width="130" x="890" y="585" as="geometry" />
        </mxCell>
        <mxCell id="OnwDAXKeYngaaWf6OacF-5" parent="1" style="rounded=0;whiteSpace=wrap;html=1;fillColor=default;strokeColor=none;" value="dax entry" vertex="1">
          <mxGeometry height="10" width="70" x="625" y="595" as="geometry" />
        </mxCell>
        <mxCell id="OnwDAXKeYngaaWf6OacF-7" parent="1" style="rounded=0;whiteSpace=wrap;html=1;fillColor=default;strokeColor=none;" value="wug entry" vertex="1">
          <mxGeometry height="10" width="70" x="775" y="595" as="geometry" />
        </mxCell>
        <mxCell id="OnwDAXKeYngaaWf6OacF-8" parent="1" style="rounded=0;whiteSpace=wrap;html=1;fillColor=default;strokeColor=none;" value="query" vertex="1">
          <mxGeometry height="10" width="70" x="920" y="595" as="geometry" />
        </mxCell>
        <mxCell id="OnwDAXKeYngaaWf6OacF-97" edge="1" parent="1" style="endArrow=none;html=1;rounded=0;dashed=1;" value="">
          <mxGeometry height="50" relative="1" width="50" as="geometry">
            <mxPoint x="660" y="625" as="sourcePoint" />
            <mxPoint x="660" y="610" as="targetPoint" />
          </mxGeometry>
        </mxCell>
        <mxCell id="OnwDAXKeYngaaWf6OacF-98" edge="1" parent="1" style="endArrow=none;html=1;rounded=0;dashed=1;" value="">
          <mxGeometry height="50" relative="1" width="50" as="geometry">
            <mxPoint x="800" y="625" as="sourcePoint" />
            <mxPoint x="800" y="610" as="targetPoint" />
          </mxGeometry>
        </mxCell>
        <mxCell id="OnwDAXKeYngaaWf6OacF-99" edge="1" parent="1" style="endArrow=none;html=1;rounded=0;dashed=1;" value="">
          <mxGeometry height="50" relative="1" width="50" as="geometry">
            <mxPoint x="960" y="625" as="sourcePoint" />
            <mxPoint x="960" y="610" as="targetPoint" />
          </mxGeometry>
        </mxCell>
        <mxCell id="OnwDAXKeYngaaWf6OacF-100" parent="1" style="rounded=0;whiteSpace=wrap;html=1;fillColor=#d5e8d4;strokeColor=#000000;" value="" vertex="1">
          <mxGeometry height="60" width="20" x="650" y="630" as="geometry" />
        </mxCell>
        <mxCell id="OnwDAXKeYngaaWf6OacF-102" parent="1" style="rounded=0;whiteSpace=wrap;html=1;" value="" vertex="1">
          <mxGeometry height="60" width="20" x="790" y="630" as="geometry" />
        </mxCell>
        <mxCell id="OnwDAXKeYngaaWf6OacF-103" parent="1" style="rounded=0;whiteSpace=wrap;html=1;" value="" vertex="1">
          <mxGeometry height="60" width="20" x="870" y="630" as="geometry" />
        </mxCell>
        <mxCell id="OnwDAXKeYngaaWf6OacF-104" parent="1" style="rounded=0;whiteSpace=wrap;html=1;" value="" vertex="1">
          <mxGeometry height="60" width="20" x="670" y="630" as="geometry" />
        </mxCell>
        <mxCell id="OnwDAXKeYngaaWf6OacF-105" parent="1" style="rounded=0;whiteSpace=wrap;html=1;" value="" vertex="1">
          <mxGeometry height="60" width="20" x="690" y="630" as="geometry" />
        </mxCell>
        <mxCell id="OnwDAXKeYngaaWf6OacF-108" parent="1" style="rounded=0;whiteSpace=wrap;html=1;" value="" vertex="1">
          <mxGeometry height="60" width="20" x="710" y="630" as="geometry" />
        </mxCell>
        <mxCell id="OnwDAXKeYngaaWf6OacF-109" parent="1" style="rounded=0;whiteSpace=wrap;html=1;" value="" vertex="1">
          <mxGeometry height="60" width="20" x="730" y="630" as="geometry" />
        </mxCell>
        <mxCell id="OnwDAXKeYngaaWf6OacF-110" parent="1" style="rounded=0;whiteSpace=wrap;html=1;" value="" vertex="1">
          <mxGeometry height="60" width="20" x="770" y="630" as="geometry" />
        </mxCell>
        <mxCell id="OnwDAXKeYngaaWf6OacF-111" parent="1" style="rounded=0;whiteSpace=wrap;html=1;" value="" vertex="1">
          <mxGeometry height="60" width="20" x="750" y="630" as="geometry" />
        </mxCell>
        <mxCell id="OnwDAXKeYngaaWf6OacF-112" parent="1" style="rounded=0;whiteSpace=wrap;html=1;" value="" vertex="1">
          <mxGeometry height="60" width="20" x="830" y="630" as="geometry" />
        </mxCell>
        <mxCell id="OnwDAXKeYngaaWf6OacF-113" parent="1" style="rounded=0;whiteSpace=wrap;html=1;" value="" vertex="1">
          <mxGeometry height="60" width="20" x="810" y="630" as="geometry" />
        </mxCell>
        <mxCell id="OnwDAXKeYngaaWf6OacF-114" parent="1" style="rounded=0;whiteSpace=wrap;html=1;" value="" vertex="1">
          <mxGeometry height="60" width="20" x="850" y="630" as="geometry" />
        </mxCell>
        <mxCell id="OnwDAXKeYngaaWf6OacF-115" parent="1" style="rounded=0;whiteSpace=wrap;html=1;" value="" vertex="1">
          <mxGeometry height="60" width="20" x="890" y="630" as="geometry" />
        </mxCell>
        <mxCell id="OnwDAXKeYngaaWf6OacF-116" parent="1" style="rounded=0;whiteSpace=wrap;html=1;" value="" vertex="1">
          <mxGeometry height="60" width="20" x="910" y="630" as="geometry" />
        </mxCell>
        <mxCell id="OnwDAXKeYngaaWf6OacF-118" parent="1" style="rounded=0;whiteSpace=wrap;html=1;fillColor=#FFF1CC;strokeColor=#000000;" value="" vertex="1">
          <mxGeometry height="60" width="20" x="950" y="630" as="geometry" />
        </mxCell>
        <mxCell id="OnwDAXKeYngaaWf6OacF-119" parent="1" style="rounded=0;whiteSpace=wrap;html=1;" value="" vertex="1">
          <mxGeometry height="60" width="20" x="930" y="630" as="geometry" />
        </mxCell>
        <mxCell id="OnwDAXKeYngaaWf6OacF-121" parent="1" style="rounded=0;whiteSpace=wrap;html=1;" value="" vertex="1">
          <mxGeometry height="60" width="20" x="990" y="630" as="geometry" />
        </mxCell>
        <mxCell id="OnwDAXKeYngaaWf6OacF-122" parent="1" style="rounded=0;whiteSpace=wrap;html=1;" value="" vertex="1">
          <mxGeometry height="60" width="20" x="970" y="630" as="geometry" />
        </mxCell>
        <mxCell id="OnwDAXKeYngaaWf6OacF-123" parent="1" style="rounded=0;whiteSpace=wrap;html=1;" value="" vertex="1">
          <mxGeometry height="60" width="20" x="630" y="630" as="geometry" />
        </mxCell>
        <mxCell id="OnwDAXKeYngaaWf6OacF-124" parent="1" style="rounded=0;whiteSpace=wrap;html=1;" value="" vertex="1">
          <mxGeometry height="60" width="20" x="610" y="630" as="geometry" />
        </mxCell>
        <mxCell id="OnwDAXKeYngaaWf6OacF-126" parent="1" style="rounded=0;whiteSpace=wrap;html=1;fillColor=#dae8fc;strokeColor=#000000;" value="" vertex="1">
          <mxGeometry height="60" width="20" x="650" y="780" as="geometry" />
        </mxCell>
        <mxCell id="OnwDAXKeYngaaWf6OacF-127" parent="1" style="rounded=0;whiteSpace=wrap;html=1;" value="" vertex="1">
          <mxGeometry height="60" width="20" x="790" y="780" as="geometry" />
        </mxCell>
        <mxCell id="OnwDAXKeYngaaWf6OacF-128" parent="1" style="rounded=0;whiteSpace=wrap;html=1;" value="" vertex="1">
          <mxGeometry height="60" width="20" x="870" y="780" as="geometry" />
        </mxCell>
        <mxCell id="OnwDAXKeYngaaWf6OacF-129" parent="1" style="rounded=0;whiteSpace=wrap;html=1;" value="" vertex="1">
          <mxGeometry height="60" width="20" x="670" y="780" as="geometry" />
        </mxCell>
        <mxCell id="OnwDAXKeYngaaWf6OacF-130" parent="1" style="rounded=0;whiteSpace=wrap;html=1;" value="" vertex="1">
          <mxGeometry height="60" width="20" x="690" y="780" as="geometry" />
        </mxCell>
        <mxCell id="OnwDAXKeYngaaWf6OacF-131" parent="1" style="rounded=0;whiteSpace=wrap;html=1;" value="" vertex="1">
          <mxGeometry height="60" width="20" x="710" y="780" as="geometry" />
        </mxCell>
        <mxCell id="OnwDAXKeYngaaWf6OacF-132" parent="1" style="rounded=0;whiteSpace=wrap;html=1;" value="" vertex="1">
          <mxGeometry height="60" width="20" x="730" y="780" as="geometry" />
        </mxCell>
        <mxCell id="OnwDAXKeYngaaWf6OacF-133" parent="1" style="rounded=0;whiteSpace=wrap;html=1;" value="" vertex="1">
          <mxGeometry height="60" width="20" x="770" y="780" as="geometry" />
        </mxCell>
        <mxCell id="OnwDAXKeYngaaWf6OacF-134" parent="1" style="rounded=0;whiteSpace=wrap;html=1;" value="" vertex="1">
          <mxGeometry height="60" width="20" x="750" y="780" as="geometry" />
        </mxCell>
        <mxCell id="OnwDAXKeYngaaWf6OacF-135" parent="1" style="rounded=0;whiteSpace=wrap;html=1;" value="" vertex="1">
          <mxGeometry height="60" width="20" x="830" y="780" as="geometry" />
        </mxCell>
        <mxCell id="OnwDAXKeYngaaWf6OacF-136" parent="1" style="rounded=0;whiteSpace=wrap;html=1;" value="" vertex="1">
          <mxGeometry height="60" width="20" x="810" y="780" as="geometry" />
        </mxCell>
        <mxCell id="OnwDAXKeYngaaWf6OacF-137" parent="1" style="rounded=0;whiteSpace=wrap;html=1;" value="" vertex="1">
          <mxGeometry height="60" width="20" x="850" y="780" as="geometry" />
        </mxCell>
        <mxCell id="OnwDAXKeYngaaWf6OacF-138" parent="1" style="rounded=0;whiteSpace=wrap;html=1;" value="" vertex="1">
          <mxGeometry height="60" width="20" x="890" y="780" as="geometry" />
        </mxCell>
        <mxCell id="OnwDAXKeYngaaWf6OacF-139" parent="1" style="rounded=0;whiteSpace=wrap;html=1;" value="" vertex="1">
          <mxGeometry height="60" width="20" x="910" y="780" as="geometry" />
        </mxCell>
        <mxCell id="OnwDAXKeYngaaWf6OacF-140" parent="1" style="rounded=0;whiteSpace=wrap;html=1;fillColor=#FFF1CC;strokeColor=#000000;" value="" vertex="1">
          <mxGeometry height="60" width="20" x="950" y="780" as="geometry" />
        </mxCell>
        <mxCell id="OnwDAXKeYngaaWf6OacF-141" parent="1" style="rounded=0;whiteSpace=wrap;html=1;" value="" vertex="1">
          <mxGeometry height="60" width="20" x="930" y="780" as="geometry" />
        </mxCell>
        <mxCell id="OnwDAXKeYngaaWf6OacF-142" parent="1" style="rounded=0;whiteSpace=wrap;html=1;" value="" vertex="1">
          <mxGeometry height="60" width="20" x="990" y="780" as="geometry" />
        </mxCell>
        <mxCell id="OnwDAXKeYngaaWf6OacF-143" parent="1" style="rounded=0;whiteSpace=wrap;html=1;" value="" vertex="1">
          <mxGeometry height="60" width="20" x="970" y="780" as="geometry" />
        </mxCell>
        <mxCell id="OnwDAXKeYngaaWf6OacF-144" parent="1" style="rounded=0;whiteSpace=wrap;html=1;" value="" vertex="1">
          <mxGeometry height="60" width="20" x="630" y="780" as="geometry" />
        </mxCell>
        <mxCell id="OnwDAXKeYngaaWf6OacF-145" parent="1" style="rounded=0;whiteSpace=wrap;html=1;" value="" vertex="1">
          <mxGeometry height="60" width="20" x="610" y="780" as="geometry" />
        </mxCell>
        <mxCell id="F8ejDBKgGVcBoZQyXkda-4" edge="1" parent="1" style="endArrow=classicThin;html=1;endFill=1;rounded=1;strokeColor=#6c8ebf;align=center;verticalAlign=middle;fontFamily=Helvetica;fontSize=11;fontColor=default;labelBackgroundColor=default;fillColor=#dae8fc;dashed=1;" value="">
          <mxGeometry height="50" relative="1" width="50" as="geometry">
            <mxPoint x="960" y="775" as="sourcePoint" />
            <mxPoint x="960" y="750" as="targetPoint" />
          </mxGeometry>
        </mxCell>
        <mxCell id="F8ejDBKgGVcBoZQyXkda-9" edge="1" parent="1" style="endArrow=classicThin;html=1;exitX=0.5;exitY=0;exitDx=0;exitDy=0;endFill=1;rounded=1;strokeColor=#82b366;align=center;verticalAlign=middle;fontFamily=Helvetica;fontSize=11;fontColor=default;labelBackgroundColor=default;fillColor=#d5e8d4;dashed=1;" value="">
          <mxGeometry height="50" relative="1" width="50" as="geometry">
            <mxPoint x="659.7500000000001" y="694" as="sourcePoint" />
            <mxPoint x="660" y="720" as="targetPoint" />
          </mxGeometry>
        </mxCell>
        <mxCell id="F8ejDBKgGVcBoZQyXkda-15" edge="1" parent="1" style="edgeStyle=segmentEdgeStyle;endArrow=none;html=1;curved=0;rounded=0;endSize=8;startSize=8;endFill=0;fillColor=#dae8fc;strokeColor=#6c8ebf;dashed=1;" value="">
          <mxGeometry height="50" relative="1" width="50" as="geometry">
            <Array as="points">
              <mxPoint x="660" y="765" />
              <mxPoint x="740" y="765" />
            </Array>
            <mxPoint x="660" y="775" as="sourcePoint" />
            <mxPoint x="960" y="765" as="targetPoint" />
          </mxGeometry>
        </mxCell>
        <mxCell id="F8ejDBKgGVcBoZQyXkda-16" edge="1" parent="1" style="edgeStyle=segmentEdgeStyle;endArrow=none;html=1;curved=0;rounded=0;endSize=8;startSize=8;endFill=0;dashed=1;fillColor=#d5e8d4;strokeColor=#82b366;" value="">
          <mxGeometry height="50" relative="1" width="50" as="geometry">
            <Array as="points">
              <mxPoint x="959.99" y="698" />
              <mxPoint x="959.99" y="703" />
            </Array>
            <mxPoint x="959.99" y="695" as="sourcePoint" />
            <mxPoint x="659.99" y="703" as="targetPoint" />
          </mxGeometry>
        </mxCell>
        <mxCell id="F8ejDBKgGVcBoZQyXkda-17" parent="1" style="text;html=1;whiteSpace=wrap;strokeColor=none;fillColor=none;align=center;verticalAlign=middle;rounded=0;" value="M2" vertex="1">
          <mxGeometry height="30" width="60" x="280" y="733" as="geometry" />
        </mxCell>
+         <mxCell id="F8ejDBKgGVcBoZQyXkda-22" parent="1" style="rounded=0;whiteSpace=wrap;html=1;fillColor=none;strokeColor=none;" value="&lt;font style=&quot;font-size: 17px;&quot;&gt;......&lt;/font&gt;" vertex="1">
+           <mxGeometry height="60" width="120" x="1330" y="777" as="geometry" />
+         </mxCell>
      </root>
    </mxGraphModel>
  </diagram>
</mxfile>
